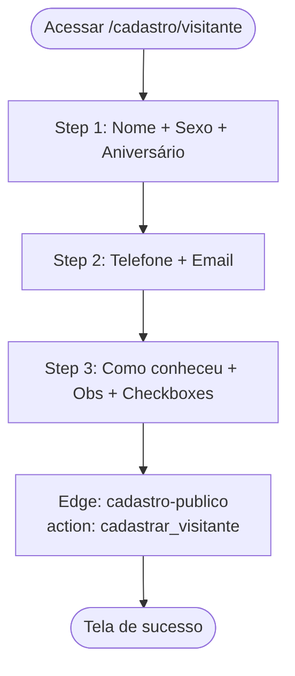
This is docs/diagramas/exports/fluxo-pessoas_4.png from adrianoapc/igreja-carvalho, a Mermaid export, as it was before one commit. Its source is kept beside it as docs/diagramas/exports/fluxo-pessoas_4.mmd. Source of this version:
```mermaid
flowchart TD
    A([Acessar /cadastro/visitante]) --> S1[Step 1: Nome + Sexo + Aniversário]
    S1 --> S2[Step 2: Telefone + Email]
    S2 --> S3[Step 3: Como conheceu + Obs + Checkboxes]
    S3 --> SUB[Edge: cadastro-publico<br/>action: cadastrar_visitante]
    SUB --> OK([Tela de sucesso])
```
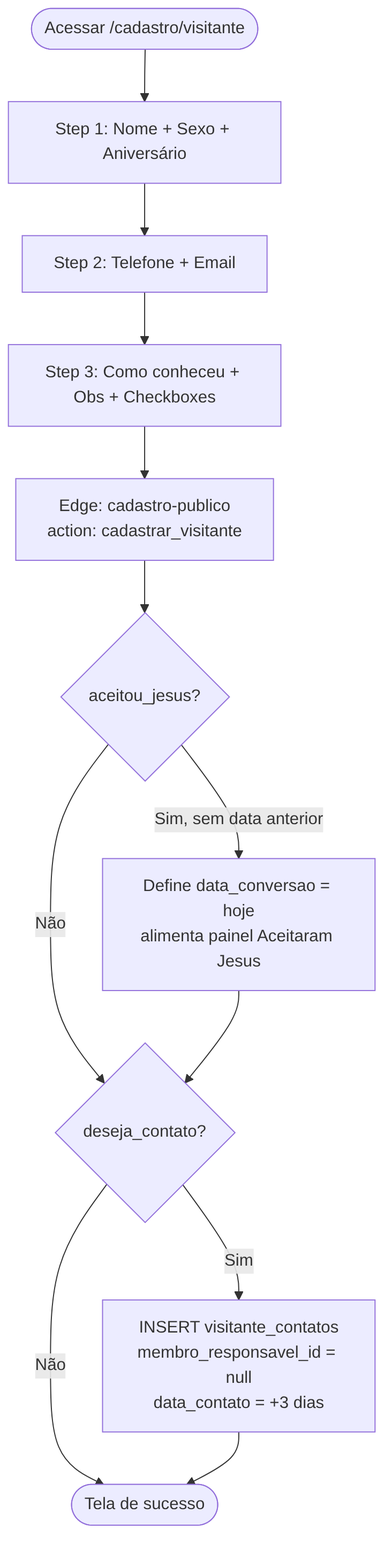
The same file after the commit.

The edit, as a diff of the source:
```diff
@@ -3,4 +3,10 @@
     S1 --> S2[Step 2: Telefone + Email]
     S2 --> S3[Step 3: Como conheceu + Obs + Checkboxes]
     S3 --> SUB[Edge: cadastro-publico<br/>action: cadastrar_visitante]
-    SUB --> OK([Tela de sucesso])
+    SUB --> CONV{aceitou_jesus?}
+    CONV -->|Sim, sem data anterior| DC[Define data_conversao = hoje<br/>alimenta painel Aceitaram Jesus]
+    CONV -->|Não| CT
+    DC --> CT{deseja_contato?}
+    CT -->|Sim| AG[INSERT visitante_contatos<br/>membro_responsavel_id = null<br/>data_contato = +3 dias]
+    CT -->|Não| OK
+    AG --> OK([Tela de sucesso])
```
